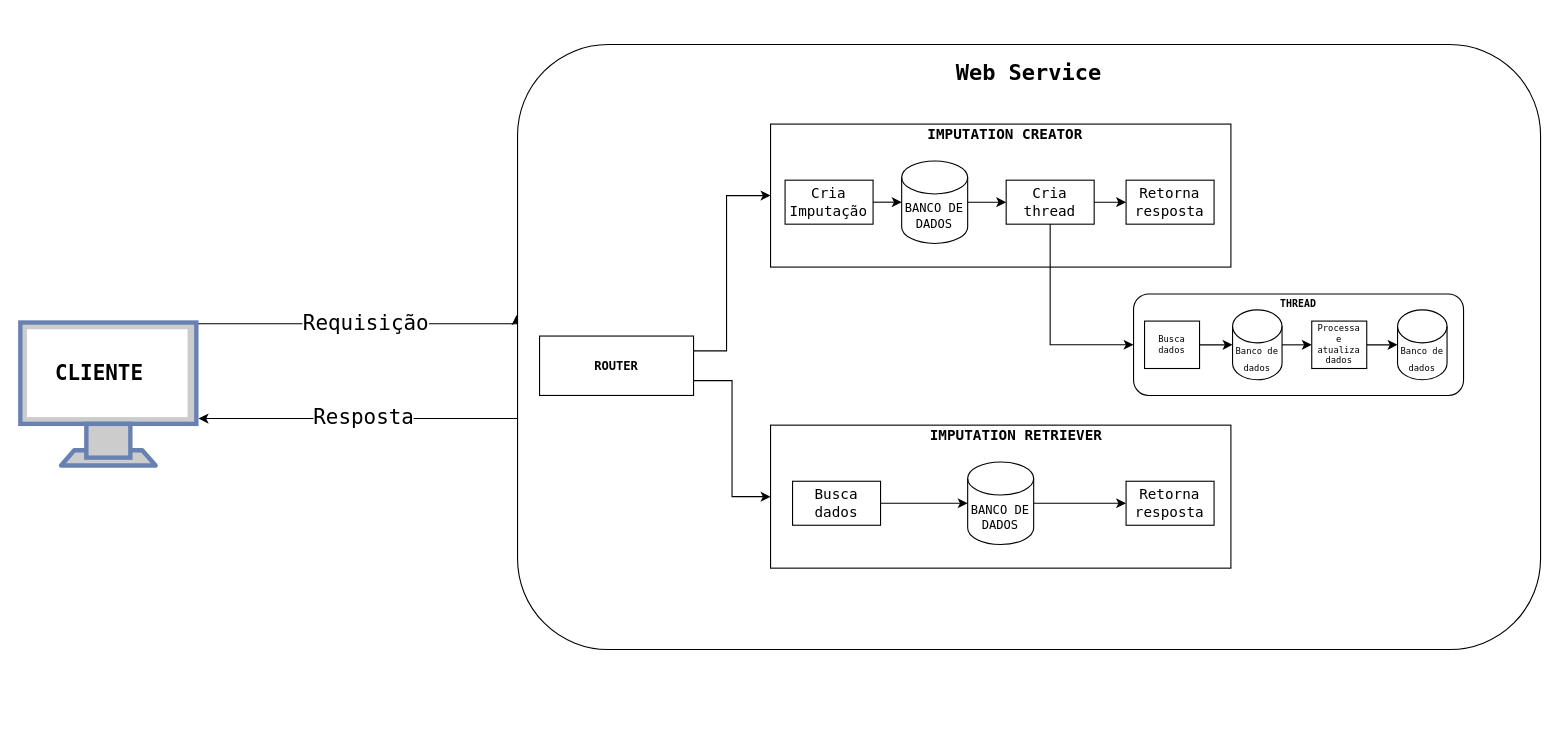
j-abreu/imputation-web-service keeps this draw.io diagram as images/Architecture.drawio. Above is the earlier version. Source tidied: cells renumbered, new cells numbered last; positions are measured from the earlier drawing's top-left corner, leaving out a move shared by most shapes. Both pictures are drawn from the tidied source at 110%, with x=0, y=0 at pixel (20, 44).
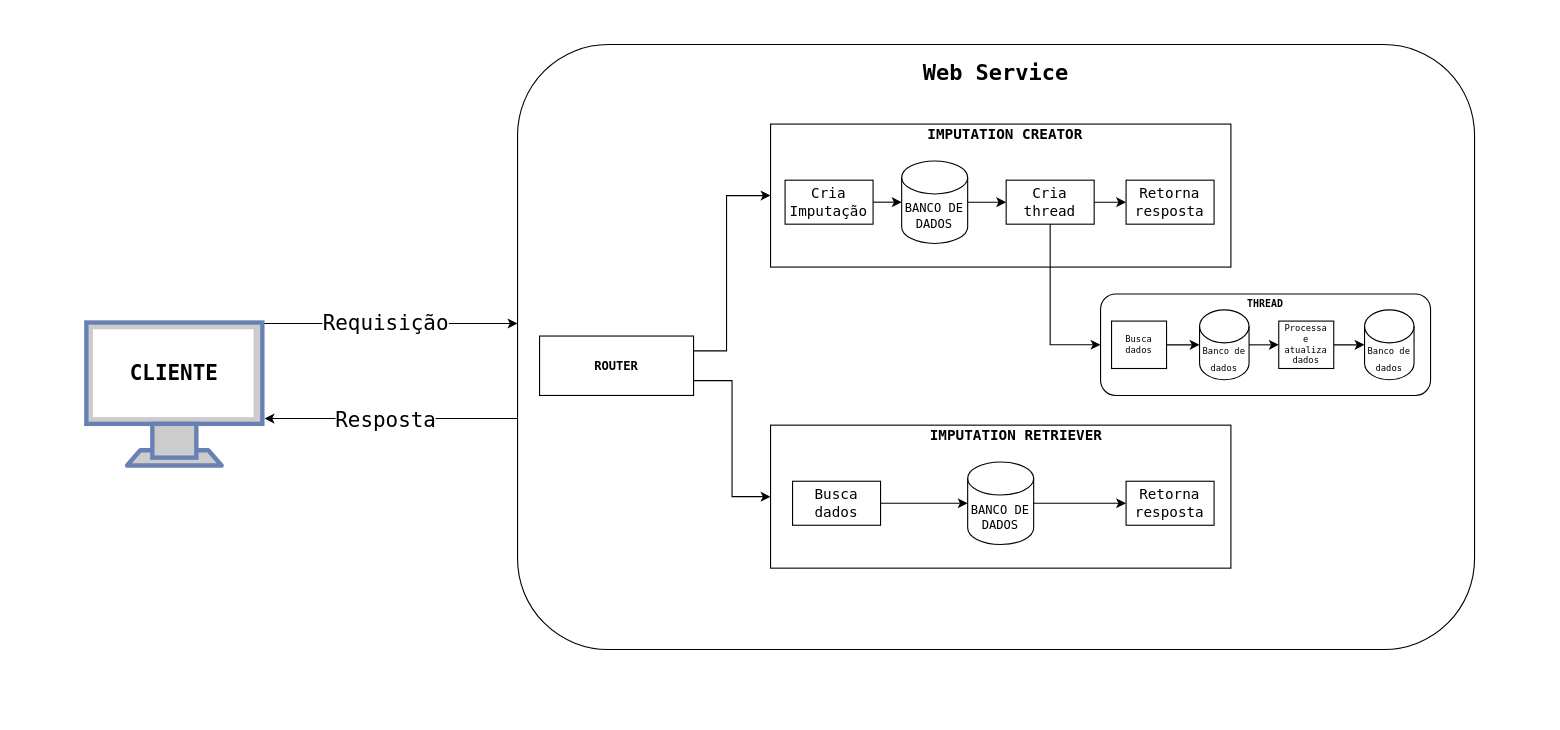
After the change.

Diff of the diagram source:
```diff
@@
-    <mxCell id="2" style="edgeStyle=orthogonalEdgeStyle;rounded=0;jettySize=auto;html=1;exitX=0.98;exitY=0.02;exitDx=0;exitDy=0;exitPerimeter=0;entryX=-0.001;entryY=0.447;entryDx=0;entryDy=0;entryPerimeter=0;fontFamily=Lucida Console;fontSize=19;" parent="1" edge="1" target="8">
+    <mxCell id="2" style="edgeStyle=orthogonalEdgeStyle;rounded=0;jettySize=auto;html=1;entryX=0;entryY=0.461;entryDx=0;entryDy=0;entryPerimeter=0;fontFamily=Lucida Console;fontSize=19;" parent="1" edge="1" source="6" target="8">
       <mxGeometry relative="1" as="geometry">
-        <mxPoint x="9.4" y="253.8" as="sourcePoint" />
         <Array as="points">
-          <mxPoint x="451" y="254" />
+          <mxPoint x="442" y="254" />
         </Array>
       </mxGeometry>
     </mxCell>
     <mxCell id="3" value="Requisição" style="edgeLabel;html=1;align=center;verticalAlign=middle;fontSize=19;fontFamily=Lucida Console;" parent="2" vertex="1">
       <mxGeometry x="-0.11" y="3" relative="1" as="geometry">
-        <mxPoint x="104" y="2" as="offset" />
+        <mxPoint x="8" y="2" as="offset" />
       </mxGeometry>
     </mxCell>
     <mxCell id="4" style="edgeStyle=orthogonalEdgeStyle;rounded=0;jettySize=auto;html=1;fontFamily=Lucida Console;fontSize=19;" parent="1" edge="1" source="8">
       <mxGeometry relative="1" as="geometry">
-        <mxPoint x="162" y="340" as="targetPoint" />
+        <mxPoint x="222" y="340" as="targetPoint" />
         <Array as="points">
           <mxPoint x="342" y="340" />
           <mxPoint x="342" y="340" />
         </Array>
       </mxGeometry>
     </mxCell>
     <mxCell id="5" value="Resposta" style="edgeLabel;html=1;align=center;verticalAlign=middle;fontSize=19;fontFamily=Lucida Console;" parent="4" vertex="1">
       <mxGeometry x="0.06" y="-1" relative="1" as="geometry">
-        <mxPoint x="13" y="-2" as="offset" />
+        <mxPoint x="1" y="1" as="offset" />
       </mxGeometry>
     </mxCell>
-    <mxCell id="6" style="fontColor=#0066CC;verticalAlign=top;verticalLabelPosition=bottom;labelPosition=center;align=center;html=1;outlineConnect=0;fillColor=#CCCCCC;strokeColor=#6881B3;gradientColor=none;gradientDirection=north;strokeWidth=2;shape=mxgraph.networks.monitor;fontFamily=Lucida Console;fontSize=19;" parent="1" vertex="1">
-      <mxGeometry y="252.7" width="160" height="130" as="geometry" />
-    </mxCell>
-    <mxCell id="7" value="CLIENTE" style="text;html=1;strokeColor=none;fillColor=none;align=center;verticalAlign=middle;whiteSpace=wrap;rounded=0;fontFamily=Lucida Console;fontSize=19;fontStyle=1;" parent="1" vertex="1">
-      <mxGeometry x="22" y="283" width="100" height="30" as="geometry" />
-    </mxCell>
     <mxCell id="8" style="rounded=1;whiteSpace=wrap;html=1;" parent="1" vertex="1">
-      <mxGeometry x="452" width="930" height="550" as="geometry" />
+      <mxGeometry x="452" width="870" height="550" as="geometry" />
     </mxCell>
     <mxCell id="9" value="Web Service" style="text;html=1;strokeColor=none;fillColor=none;align=center;verticalAlign=middle;whiteSpace=wrap;rounded=0;fontFamily=Lucida Console;fontSize=20;fontStyle=1;" parent="1" vertex="1">
-      <mxGeometry x="847" y="10" width="140" height="30" as="geometry" />
+      <mxGeometry x="817" y="10" width="140" height="30" as="geometry" />
     </mxCell>
@@
     <mxCell id="20" style="group;fontSize=14;fontFamily=Lucida Console;" parent="1" vertex="1">
-      <mxGeometry x="1012" y="226.8" width="300" height="92.2" as="geometry" />
+      <mxGeometry x="982" y="226.8" width="300" height="92.2" as="geometry" />
     </mxCell>
@@
+    <mxCell id="42" style="group;" parent="1" vertex="1">
+      <mxGeometry x="60" y="252.7" width="160" height="130" as="geometry" />
+    </mxCell>
+    <mxCell id="6" style="fontColor=#0066CC;verticalAlign=top;verticalLabelPosition=bottom;labelPosition=center;align=center;html=1;outlineConnect=0;fillColor=#CCCCCC;strokeColor=#6881B3;gradientColor=none;gradientDirection=north;strokeWidth=2;shape=mxgraph.networks.monitor;fontFamily=Lucida Console;fontSize=19;" parent="42" vertex="1">
+      <mxGeometry width="160" height="130" as="geometry" />
+    </mxCell>
+    <mxCell id="7" value="CLIENTE" style="text;html=1;strokeColor=none;fillColor=none;align=center;verticalAlign=middle;whiteSpace=wrap;rounded=0;fontFamily=Lucida Console;fontSize=19;fontStyle=1;" parent="42" vertex="1">
+      <mxGeometry x="30" y="30.3" width="100" height="30" as="geometry" />
+    </mxCell>
+    <mxCell id="43" style="rounded=0;whiteSpace=wrap;html=1;fontFamily=Lucida Console;fontSize=19;fillColor=none;strokeColor=none;" parent="1" vertex="1">
+      <mxGeometry x="10" y="-23" width="1370" height="630" as="geometry" />
+    </mxCell>
```
